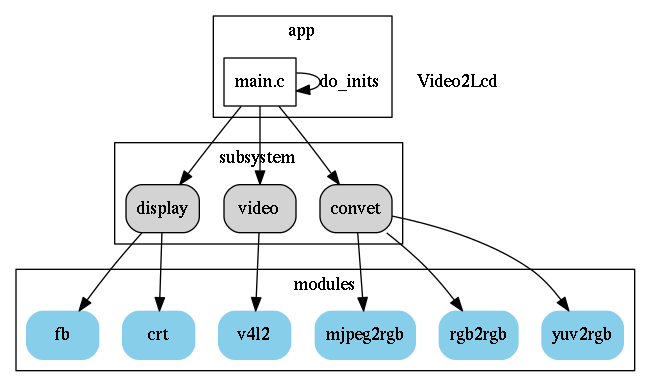
This is block.png from 54shady/video2lcd_v2, a Graphviz export, as it was before one commit. Its source is kept beside it as block.dot.
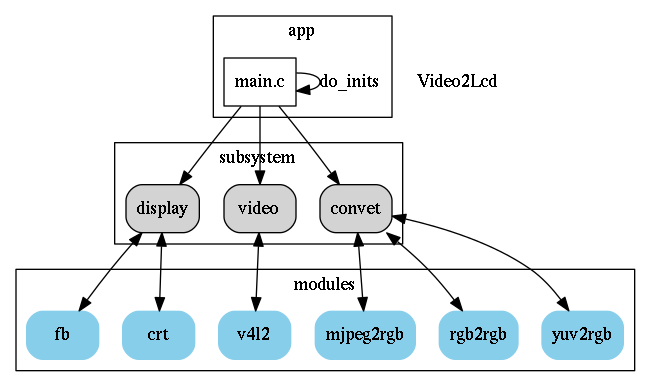
After the change.

What changed in the source:
```diff
@@ -37,14 +37,14 @@
 main -> video;
 main -> convet;
 
-display -> fb;
-display -> crt;
+display -> fb [dir = both];
+display -> crt [dir = both];
 
-video -> v4l2;
+video -> v4l2 [dir = both];
 
-convet -> mjpeg2rgb;
-convet -> yuv2rgb;
-convet -> rgb2rgb;
+convet -> mjpeg2rgb [dir = both];
+convet -> yuv2rgb [dir = both];
+convet -> rgb2rgb [dir = both];
 
 "Video2Lcd" [shape = "plaintext"];
 }
```
